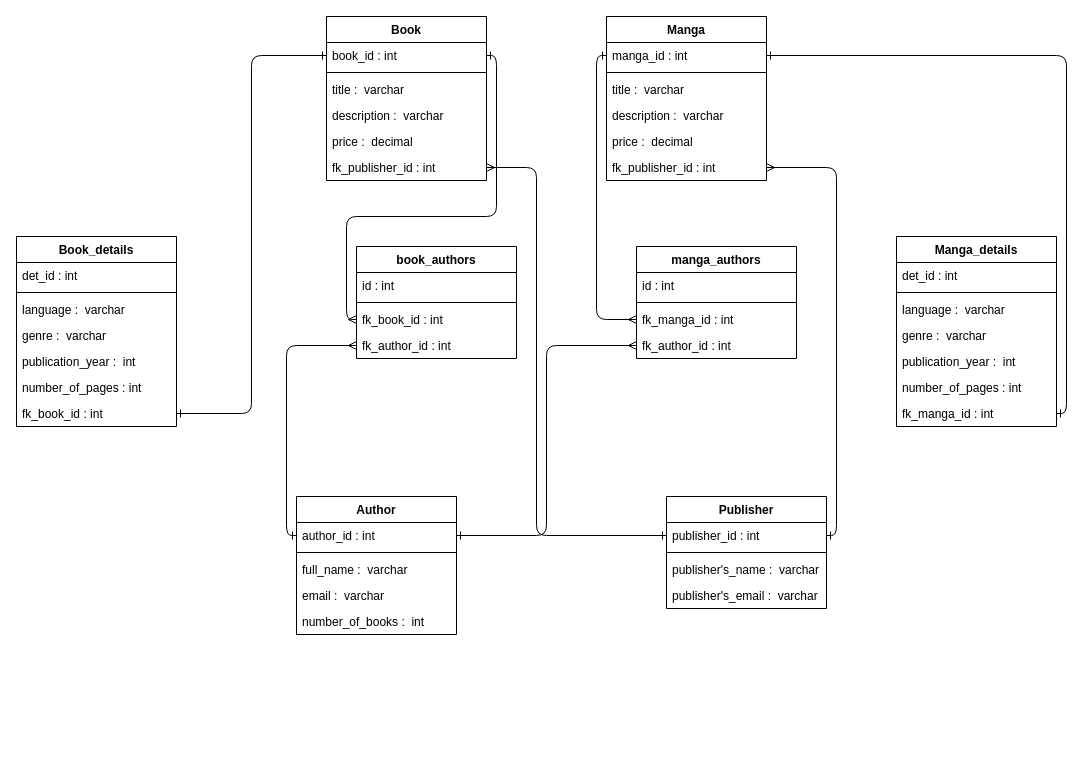
Before: page "Page-2" (2 of 2) of library.drawio in BarnoMamadzhanova/DB_Day1, a draw.io diagram. Source tidied: cells renumbered, new cells numbered last; positions are measured from the earlier drawing's top-left corner, leaving out a move shared by most shapes. Both pictures are drawn from the tidied source at 100%, with x=0, y=0 at pixel (16, 16).
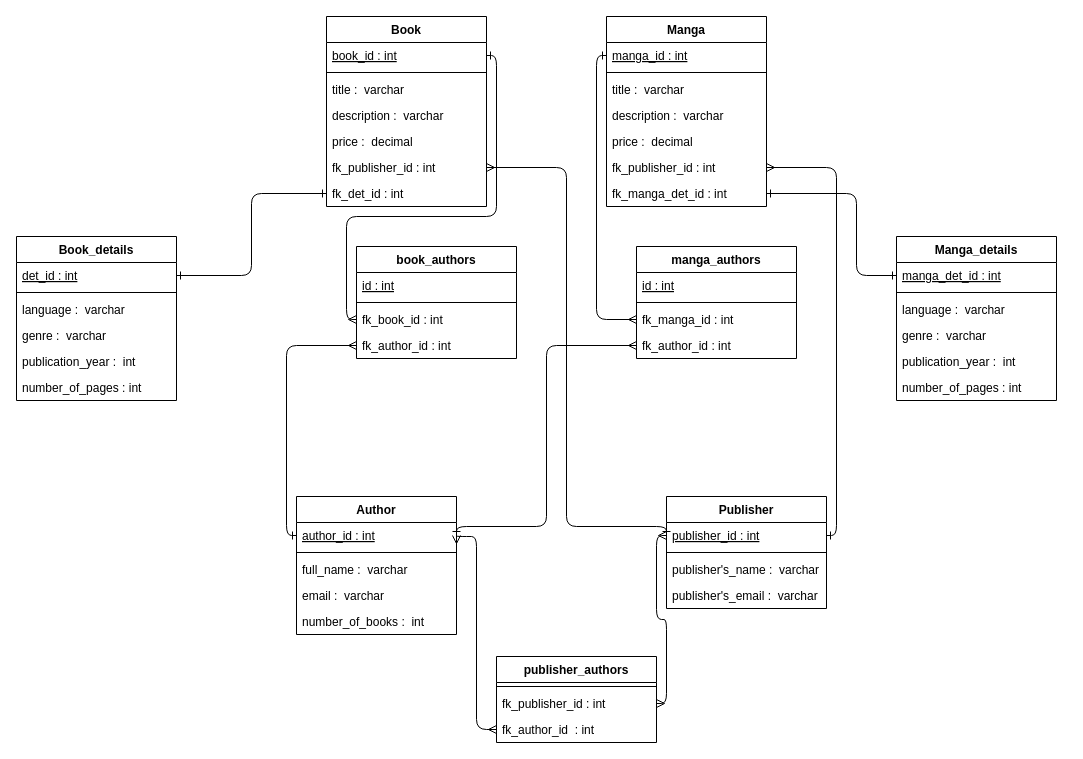
Above is the later version.

The change refers to these unchanged cells:
```xml
<mxCell id="8" value="fk_publisher_id : int" style="text;strokeColor=none;fillColor=none;align=left;verticalAlign=top;spacingLeft=4;spacingRight=4;overflow=hidden;points=[[0,0.5],[1,0.5]];portConstraint=eastwest;" parent="2" vertex="1">
  <mxGeometry y="138" width="160" height="26" as="geometry" />
</mxCell>
<mxCell id="32" value="Author" style="swimlane;fontStyle=1;align=center;verticalAlign=top;horizontal=1;startSize=26;" parent="1" vertex="1">
  <mxGeometry x="280" y="480" width="160" height="138" as="geometry" />
</mxCell>
<mxCell id="38" value="Publisher" style="swimlane;fontStyle=1;align=center;verticalAlign=top;horizontal=1;startSize=26;" parent="1" vertex="1">
  <mxGeometry x="650" y="480" width="160" height="112" as="geometry" />
</mxCell>
<mxCell id="44" value="book_authors" style="swimlane;fontStyle=1;align=center;verticalAlign=top;horizontal=1;startSize=26;" parent="1" vertex="1">
  <mxGeometry x="340" y="230" width="160" height="112" as="geometry" />
</mxCell>
<mxCell id="52" value="manga_authors" style="swimlane;fontStyle=1;align=center;verticalAlign=top;horizontal=1;startSize=26;" parent="1" vertex="1">
  <mxGeometry x="620" y="230" width="160" height="112" as="geometry" />
</mxCell>
<mxCell id="56" value="fk_author_id : int" style="text;strokeColor=none;fillColor=none;align=left;verticalAlign=top;spacingLeft=4;spacingRight=4;overflow=hidden;points=[[0,0.5],[1,0.5]];portConstraint=eastwest;" parent="52" vertex="1">
  <mxGeometry y="86" width="160" height="26" as="geometry" />
</mxCell>
```

What changed in the source:
```diff
@@
     <mxCell id="2" value="Book" style="swimlane;fontStyle=1;align=center;verticalAlign=top;horizontal=1;startSize=26;" parent="1" vertex="1">
-      <mxGeometry x="310" width="160" height="164" as="geometry" />
+      <mxGeometry x="310" width="160" height="190" as="geometry" />
     </mxCell>
-    <mxCell id="3" value="book_id : int" style="text;strokeColor=none;fillColor=none;align=left;verticalAlign=top;spacingLeft=4;spacingRight=4;overflow=hidden;points=[[0,0.5],[1,0.5]];portConstraint=eastwest;" parent="2" vertex="1">
+    <mxCell id="3" value="book_id : int" style="text;strokeColor=none;fillColor=none;align=left;verticalAlign=top;spacingLeft=4;spacingRight=4;overflow=hidden;points=[[0,0.5],[1,0.5]];portConstraint=eastwest;fontStyle=4;" parent="2" vertex="1">
       <mxGeometry y="26" width="160" height="26" as="geometry" />
     </mxCell>
@@
+    <mxCell id="62" value="fk_det_id : int" style="text;strokeColor=none;fillColor=none;align=left;verticalAlign=top;spacingLeft=4;spacingRight=4;overflow=hidden;points=[[0,0.5],[1,0.5]];portConstraint=eastwest;" parent="2" vertex="1">
+      <mxGeometry y="164" width="160" height="26" as="geometry" />
+    </mxCell>
     <mxCell id="9" value="Book_details" style="swimlane;fontStyle=1;align=center;verticalAlign=top;horizontal=1;startSize=26;" parent="1" vertex="1">
-      <mxGeometry y="220" width="160" height="190" as="geometry" />
+      <mxGeometry y="220" width="160" height="164" as="geometry" />
     </mxCell>
-    <mxCell id="10" value="det_id : int" style="text;strokeColor=none;fillColor=none;align=left;verticalAlign=top;spacingLeft=4;spacingRight=4;overflow=hidden;points=[[0,0.5],[1,0.5]];portConstraint=eastwest;" parent="9" vertex="1">
+    <mxCell id="10" value="det_id : int" style="text;strokeColor=none;fillColor=none;align=left;verticalAlign=top;spacingLeft=4;spacingRight=4;overflow=hidden;points=[[0,0.5],[1,0.5]];portConstraint=eastwest;fontStyle=4;" parent="9" vertex="1">
       <mxGeometry y="26" width="160" height="26" as="geometry" />
     </mxCell>
@@
-    <mxCell id="16" value="fk_book_id : int" style="text;strokeColor=none;fillColor=none;align=left;verticalAlign=top;spacingLeft=4;spacingRight=4;overflow=hidden;points=[[0,0.5],[1,0.5]];portConstraint=eastwest;" parent="9" vertex="1">
-      <mxGeometry y="164" width="160" height="26" as="geometry" />
-    </mxCell>
     <mxCell id="17" value="Manga" style="swimlane;fontStyle=1;align=center;verticalAlign=top;horizontal=1;startSize=26;" parent="1" vertex="1">
-      <mxGeometry x="590" width="160" height="164" as="geometry" />
+      <mxGeometry x="590" width="160" height="190" as="geometry" />
     </mxCell>
-    <mxCell id="18" value="manga_id : int" style="text;strokeColor=none;fillColor=none;align=left;verticalAlign=top;spacingLeft=4;spacingRight=4;overflow=hidden;points=[[0,0.5],[1,0.5]];portConstraint=eastwest;" parent="17" vertex="1">
+    <mxCell id="18" value="manga_id : int" style="text;strokeColor=none;fillColor=none;align=left;verticalAlign=top;spacingLeft=4;spacingRight=4;overflow=hidden;points=[[0,0.5],[1,0.5]];portConstraint=eastwest;fontStyle=4;" parent="17" vertex="1">
       <mxGeometry y="26" width="160" height="26" as="geometry" />
     </mxCell>
@@
+    <mxCell id="63" value="fk_manga_det_id : int" style="text;strokeColor=none;fillColor=none;align=left;verticalAlign=top;spacingLeft=4;spacingRight=4;overflow=hidden;points=[[0,0.5],[1,0.5]];portConstraint=eastwest;" parent="17" vertex="1">
+      <mxGeometry y="164" width="160" height="26" as="geometry" />
+    </mxCell>
     <mxCell id="24" value="Manga_details" style="swimlane;fontStyle=1;align=center;verticalAlign=top;horizontal=1;startSize=26;" parent="1" vertex="1">
-      <mxGeometry x="880" y="220" width="160" height="190" as="geometry" />
+      <mxGeometry x="880" y="220" width="160" height="164" as="geometry" />
     </mxCell>
-    <mxCell id="25" value="det_id : int" style="text;strokeColor=none;fillColor=none;align=left;verticalAlign=top;spacingLeft=4;spacingRight=4;overflow=hidden;points=[[0,0.5],[1,0.5]];portConstraint=eastwest;" parent="24" vertex="1">
+    <mxCell id="25" value="manga_det_id : int" style="text;strokeColor=none;fillColor=none;align=left;verticalAlign=top;spacingLeft=4;spacingRight=4;overflow=hidden;points=[[0,0.5],[1,0.5]];portConstraint=eastwest;fontStyle=4;" parent="24" vertex="1">
       <mxGeometry y="26" width="160" height="26" as="geometry" />
     </mxCell>
@@
-    <mxCell id="31" value="fk_manga_id : int" style="text;strokeColor=none;fillColor=none;align=left;verticalAlign=top;spacingLeft=4;spacingRight=4;overflow=hidden;points=[[0,0.5],[1,0.5]];portConstraint=eastwest;" parent="24" vertex="1">
-      <mxGeometry y="164" width="160" height="26" as="geometry" />
-    </mxCell>
@@
-    <mxCell id="33" value="author_id : int" style="text;strokeColor=none;fillColor=none;align=left;verticalAlign=top;spacingLeft=4;spacingRight=4;overflow=hidden;points=[[0,0.5],[1,0.5]];portConstraint=eastwest;" parent="32" vertex="1">
+    <mxCell id="33" value="author_id : int" style="text;strokeColor=none;fillColor=none;align=left;verticalAlign=top;spacingLeft=4;spacingRight=4;overflow=hidden;points=[[0,0.5],[1,0.5]];portConstraint=eastwest;fontStyle=4;" parent="32" vertex="1">
       <mxGeometry y="26" width="160" height="26" as="geometry" />
     </mxCell>
@@
-    <mxCell id="39" value="publisher_id : int" style="text;strokeColor=none;fillColor=none;align=left;verticalAlign=top;spacingLeft=4;spacingRight=4;overflow=hidden;points=[[0,0.5],[1,0.5]];portConstraint=eastwest;" parent="38" vertex="1">
+    <mxCell id="39" value="publisher_id : int" style="text;strokeColor=none;fillColor=none;align=left;verticalAlign=top;spacingLeft=4;spacingRight=4;overflow=hidden;points=[[0,0.5],[1,0.5]];portConstraint=eastwest;fontStyle=4;" parent="38" vertex="1">
       <mxGeometry y="26" width="160" height="26" as="geometry" />
     </mxCell>
@@
-    <mxCell id="43" style="edgeStyle=orthogonalEdgeStyle;html=1;exitX=0;exitY=0.5;exitDx=0;exitDy=0;entryX=1;entryY=0.5;entryDx=0;entryDy=0;endArrow=ERone;endFill=0;startArrow=ERone;startFill=0;" parent="1" edge="1" source="3" target="16">
-      <mxGeometry relative="1" as="geometry" />
-    </mxCell>
@@
-    <mxCell id="45" value="id : int" style="text;strokeColor=none;fillColor=none;align=left;verticalAlign=top;spacingLeft=4;spacingRight=4;overflow=hidden;" parent="44" vertex="1">
+    <mxCell id="45" value="id : int" style="text;strokeColor=none;fillColor=none;align=left;verticalAlign=top;spacingLeft=4;spacingRight=4;overflow=hidden;fontStyle=4;" parent="44" vertex="1">
       <mxGeometry y="26" width="160" height="26" as="geometry" />
     </mxCell>
@@
     <mxCell id="51" style="edgeStyle=orthogonalEdgeStyle;html=1;exitX=0;exitY=0.5;exitDx=0;exitDy=0;entryX=1;entryY=0.5;entryDx=0;entryDy=0;startArrow=ERone;startFill=0;endArrow=ERmany;endFill=0;" parent="1" edge="1" source="39" target="8">
       <mxGeometry relative="1" as="geometry">
         <Array as="points">
-          <mxPoint x="520" y="519" />
-          <mxPoint x="520" y="151" />
+          <mxPoint x="650" y="510" />
+          <mxPoint x="550" y="510" />
+          <mxPoint x="550" y="151" />
         </Array>
       </mxGeometry>
     </mxCell>
@@
-    <mxCell id="53" value="id : int" style="text;strokeColor=none;fillColor=none;align=left;verticalAlign=top;spacingLeft=4;spacingRight=4;overflow=hidden;" parent="52" vertex="1">
+    <mxCell id="53" value="id : int" style="text;strokeColor=none;fillColor=none;align=left;verticalAlign=top;spacingLeft=4;spacingRight=4;overflow=hidden;fontStyle=4;" parent="52" vertex="1">
       <mxGeometry y="26" width="160" height="26" as="geometry" />
     </mxCell>
@@
-    <mxCell id="57" style="edgeStyle=orthogonalEdgeStyle;html=1;exitX=0;exitY=0.5;exitDx=0;exitDy=0;startArrow=ERone;startFill=0;endArrow=ERone;endFill=0;" parent="1" edge="1" source="31">
+    <mxCell id="57" style="edgeStyle=orthogonalEdgeStyle;html=1;exitX=0;exitY=0.5;exitDx=0;exitDy=0;startArrow=ERone;startFill=0;endArrow=ERone;endFill=0;" parent="1" edge="1">
       <mxGeometry relative="1" as="geometry">
+        <mxPoint x="880" y="397" as="sourcePoint" />
         <mxPoint x="880.2" y="396.8" as="targetPoint" />
       </mxGeometry>
     </mxCell>
-    <mxCell id="58" style="edgeStyle=orthogonalEdgeStyle;html=1;exitX=1;exitY=0.5;exitDx=0;exitDy=0;entryX=1;entryY=0.5;entryDx=0;entryDy=0;startArrow=ERone;startFill=0;endArrow=ERone;endFill=0;" parent="1" edge="1" source="18" target="31">
-      <mxGeometry relative="1" as="geometry" />
-    </mxCell>
@@
     <mxCell id="60" style="edgeStyle=orthogonalEdgeStyle;html=1;exitX=1;exitY=0.5;exitDx=0;exitDy=0;entryX=0;entryY=0.5;entryDx=0;entryDy=0;startArrow=ERone;startFill=0;endArrow=ERmany;endFill=0;" parent="1" edge="1" source="33" target="56">
-      <mxGeometry relative="1" as="geometry" />
+      <mxGeometry relative="1" as="geometry">
+        <Array as="points">
+          <mxPoint x="440" y="510" />
+          <mxPoint x="530" y="510" />
+          <mxPoint x="530" y="329" />
+        </Array>
+      </mxGeometry>
     </mxCell>
@@
+    <mxCell id="64" style="edgeStyle=orthogonalEdgeStyle;html=1;exitX=1;exitY=0.5;exitDx=0;exitDy=0;entryX=0;entryY=0.5;entryDx=0;entryDy=0;startArrow=ERone;startFill=0;endArrow=ERone;endFill=0;" parent="1" edge="1" source="10" target="62">
+      <mxGeometry relative="1" as="geometry" />
+    </mxCell>
+    <mxCell id="65" style="edgeStyle=orthogonalEdgeStyle;html=1;exitX=0;exitY=0.5;exitDx=0;exitDy=0;entryX=1;entryY=0.5;entryDx=0;entryDy=0;startArrow=ERone;startFill=0;endArrow=ERone;endFill=0;" parent="1" edge="1" source="25" target="63">
+      <mxGeometry relative="1" as="geometry">
+        <Array as="points">
+          <mxPoint x="840" y="259" />
+          <mxPoint x="840" y="177" />
+        </Array>
+      </mxGeometry>
+    </mxCell>
+    <mxCell id="66" value="publisher_authors" style="swimlane;fontStyle=1;align=center;verticalAlign=top;horizontal=1;startSize=26;" parent="1" vertex="1">
+      <mxGeometry x="480" y="640" width="160" height="86" as="geometry" />
+    </mxCell>
+    <mxCell id="67" style="line;strokeWidth=1;fillColor=none;align=left;verticalAlign=middle;spacingTop=-1;spacingLeft=3;spacingRight=3;labelPosition=right;strokeColor=inherit;" parent="66" vertex="1">
+      <mxGeometry y="26" width="160" height="8" as="geometry" />
+    </mxCell>
+    <mxCell id="68" value="fk_publisher_id : int" style="text;strokeColor=none;fillColor=none;align=left;verticalAlign=top;spacingLeft=4;spacingRight=4;overflow=hidden;points=[[0,0.5],[1,0.5]];portConstraint=eastwest;" parent="66" vertex="1">
+      <mxGeometry y="34" width="160" height="26" as="geometry" />
+    </mxCell>
+    <mxCell id="69" value="fk_author_id  : int" style="text;strokeColor=none;fillColor=none;align=left;verticalAlign=top;spacingLeft=4;spacingRight=4;overflow=hidden;points=[[0,0.5],[1,0.5]];portConstraint=eastwest;" parent="66" vertex="1">
+      <mxGeometry y="60" width="160" height="26" as="geometry" />
+    </mxCell>
+    <mxCell id="70" style="edgeStyle=orthogonalEdgeStyle;html=1;exitX=1;exitY=0.5;exitDx=0;exitDy=0;entryX=0;entryY=0.5;entryDx=0;entryDy=0;startArrow=ERmany;startFill=0;endArrow=ERmany;endFill=0;" parent="1" edge="1" source="33" target="69">
+      <mxGeometry relative="1" as="geometry">
+        <Array as="points">
+          <mxPoint x="460" y="520" />
+          <mxPoint x="460" y="713" />
+        </Array>
+      </mxGeometry>
+    </mxCell>
+    <mxCell id="71" style="edgeStyle=orthogonalEdgeStyle;html=1;exitX=0;exitY=0.5;exitDx=0;exitDy=0;entryX=1;entryY=0.5;entryDx=0;entryDy=0;startArrow=ERmany;startFill=0;endArrow=ERmany;endFill=0;" parent="1" edge="1" source="39" target="68">
+      <mxGeometry relative="1" as="geometry" />
+    </mxCell>
```
